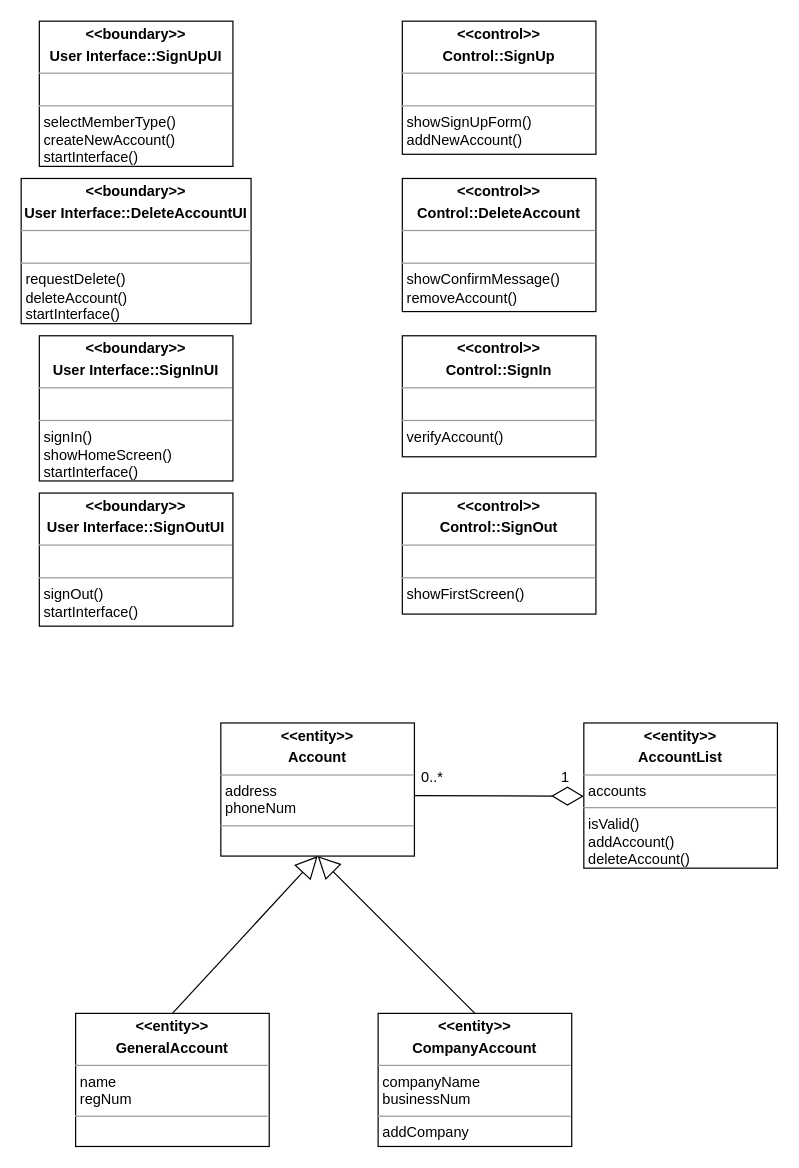
KimTaemin-Git/SE2 keeps this draw.io diagram as page "Use case class diagram" (2 of 2) of user-auth/user-auth-diagram.drawio. Above is the earlier version. Source tidied: cells renumbered, new cells numbered last; positions are measured from the earlier drawing's top-left corner, leaving out a move shared by most shapes. Both pictures are drawn from the tidied source at 121%, with x=0, y=0 at pixel (21, 21).
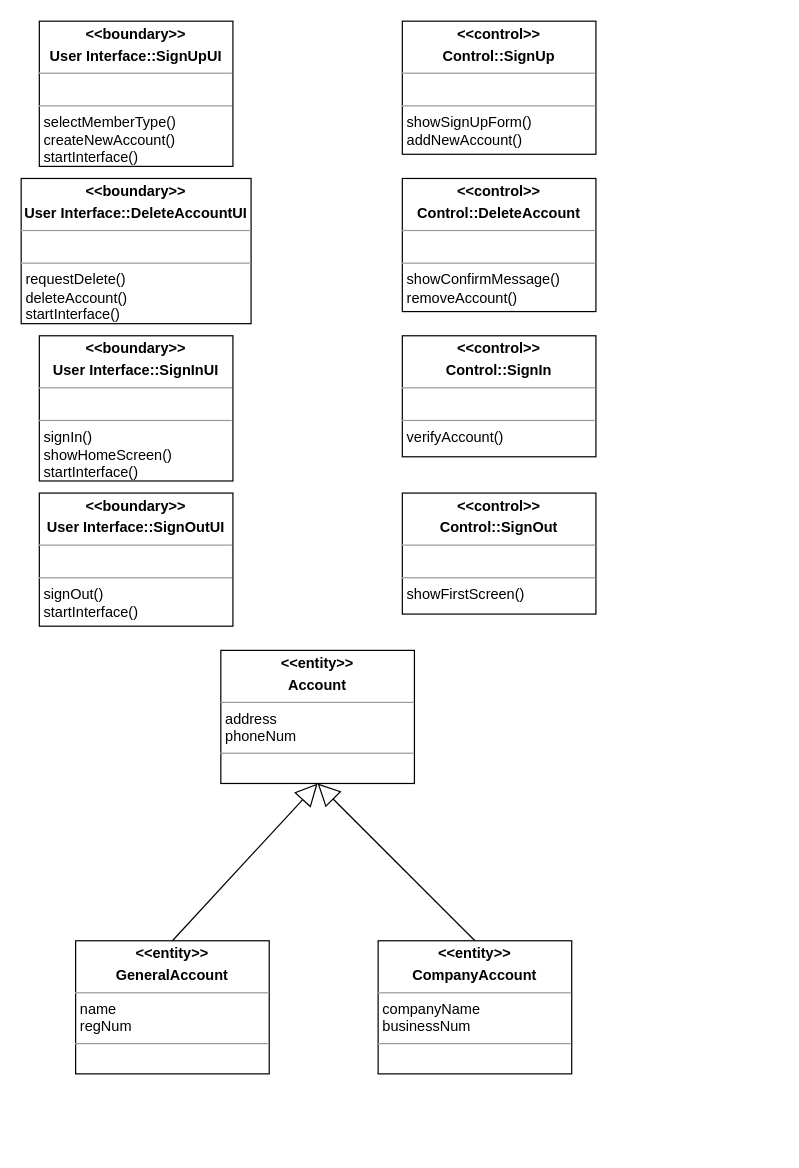
The same diagram, later.

Change to the diagram source:
```diff
@@
 <mxGraphModel>
   <root>
     <mxCell id="0" />
     <mxCell id="1" parent="0" />
     <mxCell id="2" value="&lt;p style=&quot;margin:0px;margin-top:4px;text-align:center;&quot;&gt;&lt;b&gt;&amp;lt;&amp;lt;boundary&amp;gt;&amp;gt;&lt;/b&gt;&lt;/p&gt;&lt;p style=&quot;margin:0px;margin-top:4px;text-align:center;&quot;&gt;&lt;b&gt;User Interface::SignUpUI&lt;/b&gt;&lt;/p&gt;&lt;hr size=&quot;1&quot;&gt;&lt;p style=&quot;margin:0px;margin-left:4px;&quot;&gt;&lt;br&gt;&lt;/p&gt;&lt;hr size=&quot;1&quot;&gt;&lt;p style=&quot;margin:0px;margin-left:4px;&quot;&gt;selectMemberType()&lt;/p&gt;&lt;p style=&quot;margin:0px;margin-left:4px;&quot;&gt;createNewAccount()&lt;/p&gt;&lt;p style=&quot;margin:0px;margin-left:4px;&quot;&gt;startInterface()&lt;/p&gt;" style="verticalAlign=top;align=left;overflow=fill;fontSize=12;fontFamily=Helvetica;html=1;whiteSpace=wrap;" parent="1" vertex="1">
       <mxGeometry x="15" width="160" height="120" as="geometry" />
     </mxCell>
     <mxCell id="3" value="&lt;p style=&quot;margin:0px;margin-top:4px;text-align:center;&quot;&gt;&lt;b&gt;&amp;lt;&amp;lt;control&amp;gt;&amp;gt;&lt;/b&gt;&lt;/p&gt;&lt;p style=&quot;margin:0px;margin-top:4px;text-align:center;&quot;&gt;&lt;b&gt;Control::SignUp&lt;/b&gt;&lt;/p&gt;&lt;hr size=&quot;1&quot;&gt;&lt;p style=&quot;margin:0px;margin-left:4px;&quot;&gt;&lt;br&gt;&lt;/p&gt;&lt;hr size=&quot;1&quot;&gt;&lt;p style=&quot;margin:0px;margin-left:4px;&quot;&gt;showSignUpForm()&lt;/p&gt;&lt;p style=&quot;margin:0px;margin-left:4px;&quot;&gt;addNewAccount()&lt;/p&gt;" style="verticalAlign=top;align=left;overflow=fill;fontSize=12;fontFamily=Helvetica;html=1;whiteSpace=wrap;" parent="1" vertex="1">
       <mxGeometry x="315" width="160" height="110" as="geometry" />
     </mxCell>
     <mxCell id="4" value="&lt;p style=&quot;margin:0px;margin-top:4px;text-align:center;&quot;&gt;&lt;b&gt;&amp;lt;&amp;lt;entity&amp;gt;&amp;gt;&lt;/b&gt;&lt;/p&gt;&lt;p style=&quot;margin:0px;margin-top:4px;text-align:center;&quot;&gt;&lt;b&gt;Account&lt;/b&gt;&lt;/p&gt;&lt;hr size=&quot;1&quot;&gt;&lt;p style=&quot;margin:0px;margin-left:4px;&quot;&gt;address&lt;/p&gt;&lt;p style=&quot;margin:0px;margin-left:4px;&quot;&gt;phoneNum&lt;/p&gt;&lt;hr size=&quot;1&quot;&gt;&lt;p style=&quot;margin:0px;margin-left:4px;&quot;&gt;&lt;br&gt;&lt;/p&gt;" style="verticalAlign=top;align=left;overflow=fill;fontSize=12;fontFamily=Helvetica;html=1;whiteSpace=wrap;" parent="1" vertex="1">
-      <mxGeometry x="165" y="580" width="160" height="110" as="geometry" />
+      <mxGeometry x="165" y="520" width="160" height="110" as="geometry" />
     </mxCell>
     <mxCell id="5" value="&lt;p style=&quot;margin:0px;margin-top:4px;text-align:center;&quot;&gt;&lt;b&gt;&amp;lt;&amp;lt;entity&amp;gt;&amp;gt;&lt;/b&gt;&lt;/p&gt;&lt;p style=&quot;margin:0px;margin-top:4px;text-align:center;&quot;&gt;&lt;b&gt;GeneralAccount&lt;/b&gt;&lt;/p&gt;&lt;hr size=&quot;1&quot;&gt;&lt;p style=&quot;margin:0px;margin-left:4px;&quot;&gt;name&lt;/p&gt;&lt;p style=&quot;margin:0px;margin-left:4px;&quot;&gt;regNum&lt;/p&gt;&lt;hr size=&quot;1&quot;&gt;&lt;p style=&quot;margin:0px;margin-left:4px;&quot;&gt;&lt;br&gt;&lt;/p&gt;" style="verticalAlign=top;align=left;overflow=fill;fontSize=12;fontFamily=Helvetica;html=1;whiteSpace=wrap;" parent="1" vertex="1">
-      <mxGeometry x="45" y="820" width="160" height="110" as="geometry" />
+      <mxGeometry x="45" y="760" width="160" height="110" as="geometry" />
     </mxCell>
-    <mxCell id="6" value="&lt;p style=&quot;margin:0px;margin-top:4px;text-align:center;&quot;&gt;&lt;b&gt;&amp;lt;&amp;lt;entity&amp;gt;&amp;gt;&lt;/b&gt;&lt;/p&gt;&lt;p style=&quot;margin:0px;margin-top:4px;text-align:center;&quot;&gt;&lt;b&gt;CompanyAccount&lt;/b&gt;&lt;/p&gt;&lt;hr size=&quot;1&quot;&gt;&lt;p style=&quot;margin:0px;margin-left:4px;&quot;&gt;companyName&lt;/p&gt;&lt;p style=&quot;margin:0px;margin-left:4px;&quot;&gt;businessNum&lt;/p&gt;&lt;hr size=&quot;1&quot;&gt;&lt;p style=&quot;margin:0px;margin-left:4px;&quot;&gt;addCompany&lt;/p&gt;" style="verticalAlign=top;align=left;overflow=fill;fontSize=12;fontFamily=Helvetica;html=1;whiteSpace=wrap;" parent="1" vertex="1">
-      <mxGeometry x="295" y="820" width="160" height="110" as="geometry" />
-    </mxCell>
+    <mxCell id="19" value="&lt;p style=&quot;margin:0px;margin-top:4px;text-align:center;&quot;&gt;&lt;b&gt;&amp;lt;&amp;lt;entity&amp;gt;&amp;gt;&lt;/b&gt;&lt;/p&gt;&lt;p style=&quot;margin:0px;margin-top:4px;text-align:center;&quot;&gt;&lt;b&gt;CompanyAccount&lt;/b&gt;&lt;/p&gt;&lt;hr size=&quot;1&quot;&gt;&lt;p style=&quot;margin:0px;margin-left:4px;&quot;&gt;companyName&lt;/p&gt;&lt;p style=&quot;margin:0px;margin-left:4px;&quot;&gt;businessNum&lt;/p&gt;&lt;hr size=&quot;1&quot;&gt;&lt;p style=&quot;margin:0px;margin-left:4px;&quot;&gt;&lt;br&gt;&lt;/p&gt;" style="verticalAlign=top;align=left;overflow=fill;fontSize=12;fontFamily=Helvetica;html=1;whiteSpace=wrap;" parent="1" vertex="1">
+      <mxGeometry x="295" y="760" width="160" height="110" as="geometry" />
+    </mxCell>
     <mxCell id="7" value="&lt;p style=&quot;margin:0px;margin-top:4px;text-align:center;&quot;&gt;&lt;b&gt;&amp;lt;&amp;lt;boundary&amp;gt;&amp;gt;&lt;/b&gt;&lt;/p&gt;&lt;p style=&quot;margin:0px;margin-top:4px;text-align:center;&quot;&gt;&lt;b&gt;User Interface::DeleteAccountUI&lt;/b&gt;&lt;/p&gt;&lt;hr size=&quot;1&quot;&gt;&lt;p style=&quot;margin:0px;margin-left:4px;&quot;&gt;&lt;br&gt;&lt;/p&gt;&lt;hr size=&quot;1&quot;&gt;&lt;p style=&quot;margin:0px;margin-left:4px;&quot;&gt;requestDelete()&lt;/p&gt;&lt;p style=&quot;margin:0px;margin-left:4px;&quot;&gt;deleteAccount()&lt;/p&gt;&lt;p style=&quot;margin:0px;margin-left:4px;&quot;&gt;startInterface()&lt;br&gt;&lt;/p&gt;" style="verticalAlign=top;align=left;overflow=fill;fontSize=12;fontFamily=Helvetica;html=1;whiteSpace=wrap;" parent="1" vertex="1">
       <mxGeometry y="130" width="190" height="120" as="geometry" />
     </mxCell>
     <mxCell id="8" value="&lt;p style=&quot;margin:0px;margin-top:4px;text-align:center;&quot;&gt;&lt;b&gt;&amp;lt;&amp;lt;control&amp;gt;&amp;gt;&lt;/b&gt;&lt;/p&gt;&lt;p style=&quot;margin:0px;margin-top:4px;text-align:center;&quot;&gt;&lt;b&gt;Control::DeleteAccount&lt;/b&gt;&lt;/p&gt;&lt;hr size=&quot;1&quot;&gt;&lt;p style=&quot;margin:0px;margin-left:4px;&quot;&gt;&lt;br&gt;&lt;/p&gt;&lt;hr size=&quot;1&quot;&gt;&lt;p style=&quot;margin:0px;margin-left:4px;&quot;&gt;showConfirmMessage()&lt;/p&gt;&lt;p style=&quot;margin:0px;margin-left:4px;&quot;&gt;removeAccount()&lt;/p&gt;" style="verticalAlign=top;align=left;overflow=fill;fontSize=12;fontFamily=Helvetica;html=1;whiteSpace=wrap;" parent="1" vertex="1">
       <mxGeometry x="315" y="130" width="160" height="110" as="geometry" />
     </mxCell>
     <mxCell id="9" value="&lt;p style=&quot;margin:0px;margin-top:4px;text-align:center;&quot;&gt;&lt;b&gt;&amp;lt;&amp;lt;boundary&amp;gt;&amp;gt;&lt;/b&gt;&lt;/p&gt;&lt;p style=&quot;margin:0px;margin-top:4px;text-align:center;&quot;&gt;&lt;b&gt;User Interface::SignInUI&lt;/b&gt;&lt;/p&gt;&lt;hr size=&quot;1&quot;&gt;&lt;p style=&quot;margin:0px;margin-left:4px;&quot;&gt;&lt;br&gt;&lt;/p&gt;&lt;hr size=&quot;1&quot;&gt;&lt;p style=&quot;margin:0px;margin-left:4px;&quot;&gt;signIn()&lt;/p&gt;&lt;p style=&quot;margin:0px;margin-left:4px;&quot;&gt;showHomeScreen()&lt;br&gt;&lt;/p&gt;&lt;p style=&quot;margin:0px;margin-left:4px;&quot;&gt;startInterface()&lt;br&gt;&lt;/p&gt;" style="verticalAlign=top;align=left;overflow=fill;fontSize=12;fontFamily=Helvetica;html=1;whiteSpace=wrap;" parent="1" vertex="1">
       <mxGeometry x="15" y="260" width="160" height="120" as="geometry" />
     </mxCell>
     <mxCell id="10" value="&lt;p style=&quot;margin:0px;margin-top:4px;text-align:center;&quot;&gt;&lt;b&gt;&amp;lt;&amp;lt;control&amp;gt;&amp;gt;&lt;/b&gt;&lt;/p&gt;&lt;p style=&quot;margin:0px;margin-top:4px;text-align:center;&quot;&gt;&lt;b&gt;Control::SignIn&lt;/b&gt;&lt;/p&gt;&lt;hr size=&quot;1&quot;&gt;&lt;p style=&quot;margin:0px;margin-left:4px;&quot;&gt;&lt;br&gt;&lt;/p&gt;&lt;hr size=&quot;1&quot;&gt;&lt;p style=&quot;margin:0px;margin-left:4px;&quot;&gt;verifyAccount()&lt;/p&gt;" style="verticalAlign=top;align=left;overflow=fill;fontSize=12;fontFamily=Helvetica;html=1;whiteSpace=wrap;" parent="1" vertex="1">
       <mxGeometry x="315" y="260" width="160" height="100" as="geometry" />
     </mxCell>
     <mxCell id="11" value="&lt;p style=&quot;margin:0px;margin-top:4px;text-align:center;&quot;&gt;&lt;b&gt;&amp;lt;&amp;lt;boundary&amp;gt;&amp;gt;&lt;/b&gt;&lt;/p&gt;&lt;p style=&quot;margin:0px;margin-top:4px;text-align:center;&quot;&gt;&lt;b&gt;User Interface::SignOutUI&lt;/b&gt;&lt;/p&gt;&lt;hr size=&quot;1&quot;&gt;&lt;p style=&quot;margin:0px;margin-left:4px;&quot;&gt;&lt;br&gt;&lt;/p&gt;&lt;hr size=&quot;1&quot;&gt;&lt;p style=&quot;margin:0px;margin-left:4px;&quot;&gt;signOut()&lt;/p&gt;&lt;p style=&quot;margin:0px;margin-left:4px;&quot;&gt;startInterface()&lt;br&gt;&lt;/p&gt;" style="verticalAlign=top;align=left;overflow=fill;fontSize=12;fontFamily=Helvetica;html=1;whiteSpace=wrap;" parent="1" vertex="1">
       <mxGeometry x="15" y="390" width="160" height="110" as="geometry" />
     </mxCell>
     <mxCell id="12" value="&lt;p style=&quot;margin:0px;margin-top:4px;text-align:center;&quot;&gt;&lt;b&gt;&amp;lt;&amp;lt;control&amp;gt;&amp;gt;&lt;/b&gt;&lt;/p&gt;&lt;p style=&quot;margin:0px;margin-top:4px;text-align:center;&quot;&gt;&lt;b&gt;Control::SignOut&lt;/b&gt;&lt;/p&gt;&lt;hr size=&quot;1&quot;&gt;&lt;p style=&quot;margin:0px;margin-left:4px;&quot;&gt;&lt;br&gt;&lt;/p&gt;&lt;hr size=&quot;1&quot;&gt;&lt;p style=&quot;margin:0px;margin-left:4px;&quot;&gt;showFirstScreen()&lt;/p&gt;" style="verticalAlign=top;align=left;overflow=fill;fontSize=12;fontFamily=Helvetica;html=1;whiteSpace=wrap;" parent="1" vertex="1">
       <mxGeometry x="315" y="390" width="160" height="100" as="geometry" />
     </mxCell>
     <mxCell id="13" style="endArrow=block;endSize=16;endFill=0;html=1;rounded=0;entryX=0.5;entryY=1;entryDx=0;entryDy=0;exitX=0.5;exitY=0;exitDx=0;exitDy=0;" parent="1" edge="1" source="5" target="4">
       <mxGeometry relative="1" as="geometry" />
     </mxCell>
-    <mxCell id="14" style="endArrow=block;endSize=16;endFill=0;html=1;rounded=0;entryX=0.5;entryY=1;entryDx=0;entryDy=0;exitX=0.5;exitY=0;exitDx=0;exitDy=0;" parent="1" edge="1" source="6" target="4">
-      <mxGeometry relative="1" as="geometry" />
-    </mxCell>
-    <mxCell id="15" value="&lt;p style=&quot;margin:0px;margin-top:4px;text-align:center;&quot;&gt;&lt;b&gt;&amp;lt;&amp;lt;entity&amp;gt;&amp;gt;&lt;/b&gt;&lt;/p&gt;&lt;p style=&quot;margin:0px;margin-top:4px;text-align:center;&quot;&gt;&lt;b&gt;AccountList&lt;/b&gt;&lt;/p&gt;&lt;hr size=&quot;1&quot;&gt;&lt;p style=&quot;margin:0px;margin-left:4px;&quot;&gt;accounts&lt;/p&gt;&lt;hr size=&quot;1&quot;&gt;&lt;p style=&quot;margin:0px;margin-left:4px;&quot;&gt;isValid()&lt;/p&gt;&lt;p style=&quot;margin:0px;margin-left:4px;&quot;&gt;addAccount()&lt;/p&gt;&lt;p style=&quot;margin:0px;margin-left:4px;&quot;&gt;deleteAccount()&lt;/p&gt;&lt;p style=&quot;margin:0px;margin-left:4px;&quot;&gt;&lt;br&gt;&lt;/p&gt;" style="verticalAlign=top;align=left;overflow=fill;fontSize=12;fontFamily=Helvetica;html=1;whiteSpace=wrap;" parent="1" vertex="1">
-      <mxGeometry x="465" y="580" width="160" height="120" as="geometry" />
-    </mxCell>
-    <mxCell id="16" value="0..*" style="text;html=1;strokeColor=none;fillColor=none;align=center;verticalAlign=middle;whiteSpace=wrap;rounded=0;" parent="1" vertex="1">
-      <mxGeometry x="315" y="610" width="50" height="30" as="geometry" />
-    </mxCell>
-    <mxCell id="17" value="1" style="text;html=1;strokeColor=none;fillColor=none;align=center;verticalAlign=middle;whiteSpace=wrap;rounded=0;" parent="1" vertex="1">
-      <mxGeometry x="425" y="610" width="50" height="30" as="geometry" />
-    </mxCell>
-    <mxCell id="18" style="endArrow=diamondThin;endFill=0;endSize=24;html=1;rounded=0;entryX=0.799;entryY=1.016;entryDx=0;entryDy=0;entryPerimeter=0;" parent="1" edge="1" target="17">
-      <mxGeometry relative="1" as="geometry">
-        <mxPoint x="325" y="640" as="sourcePoint" />
-      </mxGeometry>
-    </mxCell>
+    <mxCell id="20" style="endArrow=block;endSize=16;endFill=0;html=1;rounded=0;entryX=0.5;entryY=1;entryDx=0;entryDy=0;exitX=0.5;exitY=0;exitDx=0;exitDy=0;" parent="1" edge="1" source="19" target="4">
+      <mxGeometry relative="1" as="geometry" />
+    </mxCell>
   </root>
 </mxGraphModel>
```
